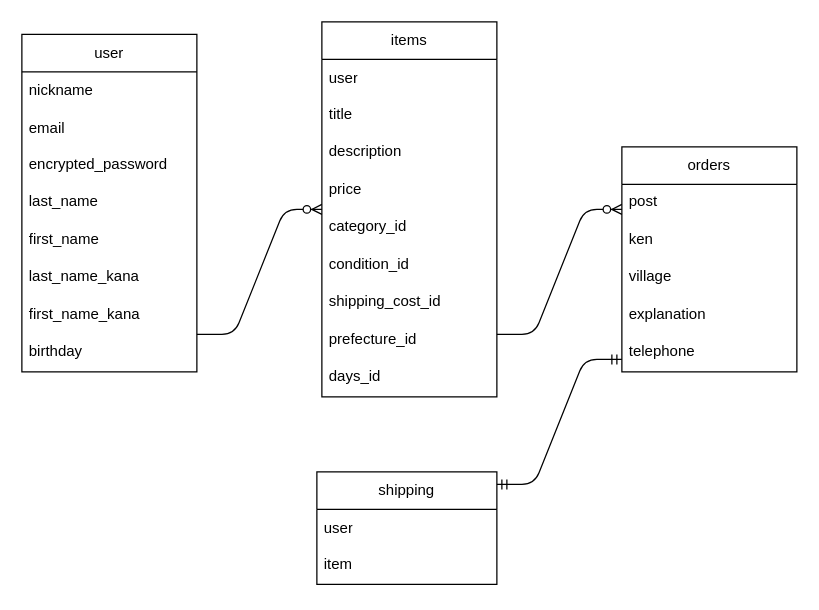
This is furima.dio from 20230824/furima-39867, a draw.io file, before an edit. Source tidied: cells renumbered, new cells numbered last; positions are measured from the earlier drawing's top-left corner, leaving out a move shared by most shapes. Both pictures are drawn from the tidied source at 125%, with x=0, y=0 at pixel (21, 21).
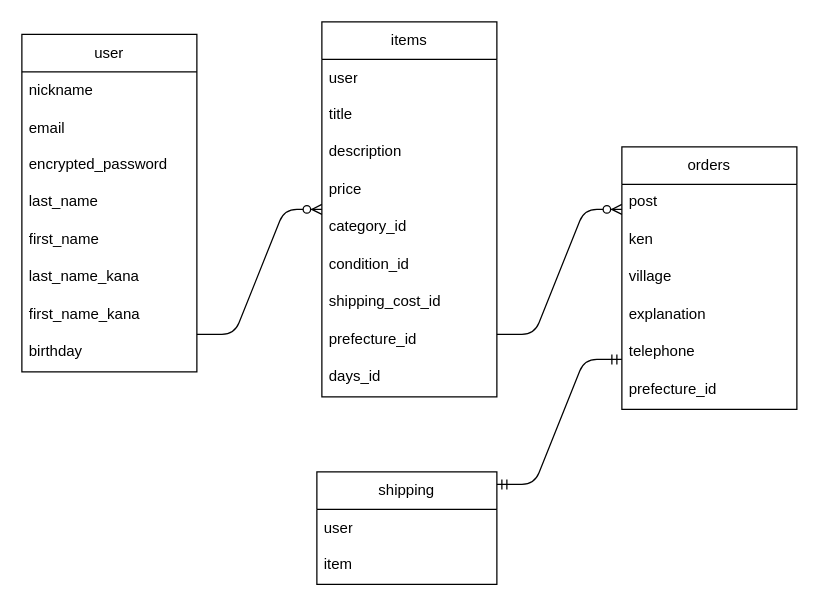
Above is the later version.

Commit message (it also covers changes not shown here):
データベース設計、修正

Diff of the diagram source:
```diff
@@
     <mxCell id="24" value="orders" style="swimlane;fontStyle=0;horizontal=1;startSize=30;whiteSpace=wrap;html=1;" parent="1" vertex="1">
-      <mxGeometry x="480" y="100" width="140" height="180" as="geometry" />
+      <mxGeometry x="480" y="100" width="140" height="210" as="geometry" />
     </mxCell>
@@
+    <mxCell id="33" value="prefecture_id" style="text;strokeColor=none;fillColor=none;spacingLeft=4;spacingRight=4;overflow=hidden;fontSize=12;" parent="24" vertex="1">
+      <mxGeometry y="180" width="140" height="30" as="geometry" />
+    </mxCell>
```
